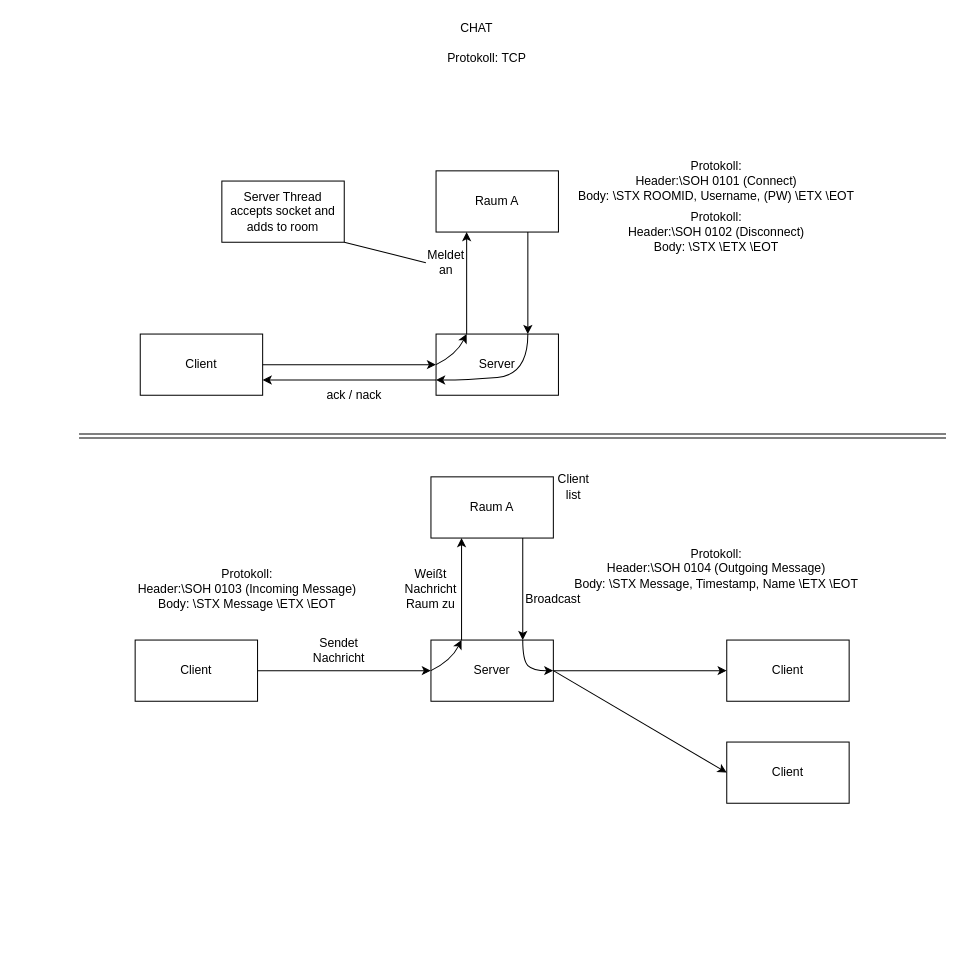
LittleBeasts/documentation keeps this draw.io diagram as network/ServerArchitecture.drawio. Above is the earlier version. Source tidied: cells renumbered, new cells numbered last; positions are measured from the earlier drawing's top-left corner, leaving out a move shared by most shapes. Both pictures are drawn from the tidied source at 102%, with x=0, y=0 at pixel (79, 17).
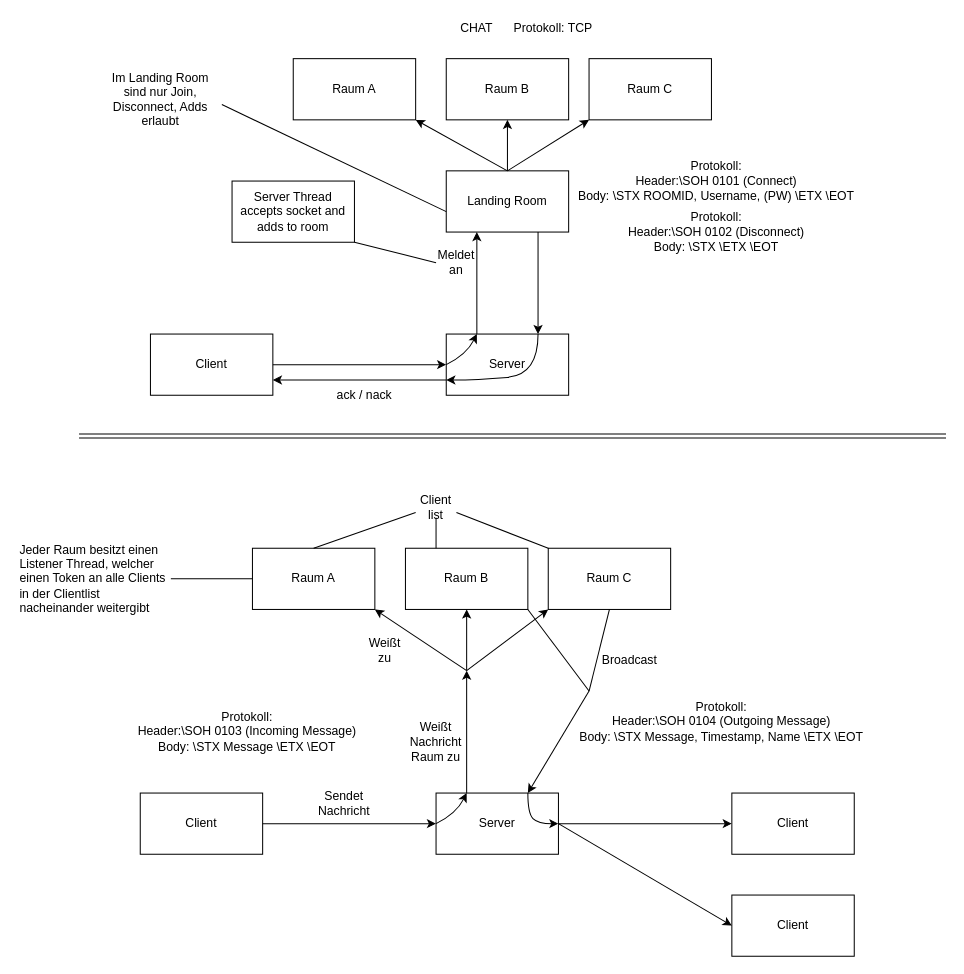
Above is the later version.

Change to the diagram source:
```diff
@@
     <mxCell id="2" value="Server" style="rounded=0;whiteSpace=wrap;html=1;" parent="1" vertex="1">
-      <mxGeometry x="350" y="310" width="120" height="60" as="geometry" />
+      <mxGeometry x="360" y="310" width="120" height="60" as="geometry" />
     </mxCell>
     <mxCell id="3" value="Client" style="rounded=0;whiteSpace=wrap;html=1;" parent="1" vertex="1">
-      <mxGeometry x="60" y="310" width="120" height="60" as="geometry" />
+      <mxGeometry x="70" y="310" width="120" height="60" as="geometry" />
     </mxCell>
-    <mxCell id="4" value="Raum A" style="rounded=0;whiteSpace=wrap;html=1;" parent="1" vertex="1">
-      <mxGeometry x="350" y="150" width="120" height="60" as="geometry" />
+    <mxCell id="4" value="Landing Room" style="rounded=0;whiteSpace=wrap;html=1;" parent="1" vertex="1">
+      <mxGeometry x="360" y="150" width="120" height="60" as="geometry" />
     </mxCell>
@@
     <mxCell id="7" style="curved=1;endArrow=classic;html=1;exitX=0;exitY=0.5;exitDx=0;exitDy=0;entryX=0.25;entryY=0;entryDx=0;entryDy=0;" parent="1" edge="1" source="2" target="2">
       <mxGeometry relative="1" as="geometry">
         <Array as="points">
-          <mxPoint x="370" y="330" />
+          <mxPoint x="380" y="330" />
         </Array>
       </mxGeometry>
     </mxCell>
     <mxCell id="8" value="Meldet an" style="text;html=1;strokeColor=none;fillColor=none;align=center;verticalAlign=middle;whiteSpace=wrap;rounded=0;" parent="1" vertex="1">
-      <mxGeometry x="340" y="230" width="40" height="20" as="geometry" />
+      <mxGeometry x="350" y="230" width="40" height="20" as="geometry" />
     </mxCell>
     <mxCell id="9" value="Server" style="rounded=0;whiteSpace=wrap;html=1;" parent="1" vertex="1">
-      <mxGeometry x="345" y="610" width="120" height="60" as="geometry" />
+      <mxGeometry x="350" y="760" width="120" height="60" as="geometry" />
     </mxCell>
     <mxCell id="10" value="Client" style="rounded=0;whiteSpace=wrap;html=1;" parent="1" vertex="1">
-      <mxGeometry x="55" y="610" width="120" height="60" as="geometry" />
+      <mxGeometry x="60" y="760" width="120" height="60" as="geometry" />
     </mxCell>
     <mxCell id="11" value="Client" style="rounded=0;whiteSpace=wrap;html=1;" parent="1" vertex="1">
-      <mxGeometry x="635" y="610" width="120" height="60" as="geometry" />
+      <mxGeometry x="640" y="760" width="120" height="60" as="geometry" />
     </mxCell>
-    <mxCell id="12" value="Raum A" style="rounded=0;whiteSpace=wrap;html=1;" parent="1" vertex="1">
-      <mxGeometry x="345" y="450" width="120" height="60" as="geometry" />
-    </mxCell>
@@
-    <mxCell id="15" style="endArrow=classic;html=1;entryX=0.25;entryY=1;entryDx=0;entryDy=0;exitX=0.25;exitY=0;exitDx=0;exitDy=0;" parent="1" edge="1" source="9" target="12">
-      <mxGeometry relative="1" as="geometry" />
+    <mxCell id="15" style="endArrow=classic;html=1;exitX=0.25;exitY=0;exitDx=0;exitDy=0;" parent="1" edge="1" source="9">
+      <mxGeometry relative="1" as="geometry">
+        <mxPoint x="380" y="640" as="targetPoint" />
+      </mxGeometry>
     </mxCell>
-    <mxCell id="16" style="endArrow=classic;html=1;exitX=0.75;exitY=1;exitDx=0;exitDy=0;entryX=0.75;entryY=0;entryDx=0;entryDy=0;" parent="1" edge="1" source="12" target="9">
-      <mxGeometry relative="1" as="geometry" />
+    <mxCell id="16" style="endArrow=classic;html=1;entryX=0.75;entryY=0;entryDx=0;entryDy=0;" parent="1" edge="1" target="9">
+      <mxGeometry relative="1" as="geometry">
+        <mxPoint x="500" y="660" as="sourcePoint" />
+      </mxGeometry>
     </mxCell>
     <mxCell id="17" style="curved=1;endArrow=classic;html=1;exitX=0;exitY=0.5;exitDx=0;exitDy=0;entryX=0.25;entryY=0;entryDx=0;entryDy=0;" parent="1" edge="1" source="9" target="9">
       <mxGeometry relative="1" as="geometry">
         <Array as="points">
-          <mxPoint x="365" y="630" />
+          <mxPoint x="370" y="780" />
         </Array>
       </mxGeometry>
     </mxCell>
     <mxCell id="18" style="curved=1;endArrow=classic;html=1;exitX=0.75;exitY=0;exitDx=0;exitDy=0;entryX=1;entryY=0.5;entryDx=0;entryDy=0;" parent="1" edge="1" source="9" target="9">
       <mxGeometry relative="1" as="geometry">
         <Array as="points">
-          <mxPoint x="435" y="630" />
-          <mxPoint x="445" y="640" />
+          <mxPoint x="440" y="780" />
+          <mxPoint x="450" y="790" />
         </Array>
       </mxGeometry>
     </mxCell>
     <mxCell id="19" value="Sendet Nachricht" style="text;html=1;strokeColor=none;fillColor=none;align=center;verticalAlign=middle;whiteSpace=wrap;rounded=0;" parent="1" vertex="1">
-      <mxGeometry x="235" y="610" width="40" height="20" as="geometry" />
+      <mxGeometry x="240" y="760" width="40" height="20" as="geometry" />
     </mxCell>
     <mxCell id="20" value="Weißt Nachricht Raum zu" style="text;html=1;strokeColor=none;fillColor=none;align=center;verticalAlign=middle;whiteSpace=wrap;rounded=0;" parent="1" vertex="1">
-      <mxGeometry x="325" y="550" width="40" height="20" as="geometry" />
+      <mxGeometry x="330" y="700" width="40" height="20" as="geometry" />
     </mxCell>
     <mxCell id="21" value="Broadcast" style="text;html=1;strokeColor=none;fillColor=none;align=center;verticalAlign=middle;whiteSpace=wrap;rounded=0;" parent="1" vertex="1">
-      <mxGeometry x="445" y="560" width="40" height="20" as="geometry" />
+      <mxGeometry x="520" y="620" width="40" height="20" as="geometry" />
     </mxCell>
@@
     <mxCell id="23" value="Client" style="rounded=0;whiteSpace=wrap;html=1;" parent="1" vertex="1">
-      <mxGeometry x="635" y="710" width="120" height="60" as="geometry" />
+      <mxGeometry x="640" y="860" width="120" height="60" as="geometry" />
     </mxCell>
@@
     <mxCell id="25" value="Client list" style="text;html=1;strokeColor=none;fillColor=none;align=center;verticalAlign=middle;whiteSpace=wrap;rounded=0;" parent="1" vertex="1">
-      <mxGeometry x="465" y="450" width="40" height="20" as="geometry" />
+      <mxGeometry x="330" y="470" width="40" height="20" as="geometry" />
     </mxCell>
@@
     <mxCell id="28" style="curved=1;endArrow=classic;html=1;exitX=0.75;exitY=0;exitDx=0;exitDy=0;entryX=0;entryY=0.75;entryDx=0;entryDy=0;" parent="1" edge="1" source="2" target="2">
       <mxGeometry relative="1" as="geometry">
         <Array as="points">
-          <mxPoint x="440" y="350" />
-          <mxPoint x="380" y="355" />
+          <mxPoint x="450" y="350" />
+          <mxPoint x="390" y="355" />
         </Array>
       </mxGeometry>
     </mxCell>
     <mxCell id="29" value="ack / nack" style="text;html=1;strokeColor=none;fillColor=none;align=center;verticalAlign=middle;whiteSpace=wrap;rounded=0;" parent="1" vertex="1">
-      <mxGeometry x="240" y="360" width="60" height="20" as="geometry" />
+      <mxGeometry x="250" y="360" width="60" height="20" as="geometry" />
     </mxCell>
     <mxCell id="30" value="Server Thread accepts socket and adds to room" style="rounded=0;whiteSpace=wrap;html=1;" parent="1" vertex="1">
-      <mxGeometry x="140" y="160" width="120" height="60" as="geometry" />
+      <mxGeometry x="150" y="160" width="120" height="60" as="geometry" />
     </mxCell>
@@
     <mxCell id="32" value="Protokoll: TCP" style="text;html=1;strokeColor=none;fillColor=none;align=center;verticalAlign=middle;whiteSpace=wrap;rounded=0;" parent="1" vertex="1">
-      <mxGeometry x="360" y="30" width="80" height="20" as="geometry" />
+      <mxGeometry x="425" width="80" height="20" as="geometry" />
     </mxCell>
@@
     <mxCell id="35" value="Protokoll:&lt;br&gt;Header:\SOH 0103 (Incoming Message)&lt;br&gt;Body: \STX Message \ETX \EOT" style="text;html=1;strokeColor=none;fillColor=none;align=center;verticalAlign=middle;whiteSpace=wrap;rounded=0;" parent="1" vertex="1">
-      <mxGeometry x="20" y="550" width="290" height="20" as="geometry" />
+      <mxGeometry x="20" y="690" width="290" height="20" as="geometry" />
     </mxCell>
     <mxCell id="36" value="Protokoll:&lt;br&gt;Header:\SOH 0104 (Outgoing Message)&lt;br&gt;Body: \STX Message, Timestamp, Name \ETX \EOT" style="text;html=1;strokeColor=none;fillColor=none;align=center;verticalAlign=middle;whiteSpace=wrap;rounded=0;" parent="1" vertex="1">
-      <mxGeometry x="480" y="530" width="290" height="20" as="geometry" />
+      <mxGeometry x="485" y="680" width="290" height="20" as="geometry" />
     </mxCell>
@@
+    <mxCell id="38" value="Raum A" style="rounded=0;whiteSpace=wrap;html=1;" parent="1" vertex="1">
+      <mxGeometry x="170" y="520" width="120" height="60" as="geometry" />
+    </mxCell>
+    <mxCell id="39" value="Raum B" style="rounded=0;whiteSpace=wrap;html=1;" parent="1" vertex="1">
+      <mxGeometry x="320" y="520" width="120" height="60" as="geometry" />
+    </mxCell>
+    <mxCell id="40" value="Raum C" style="rounded=0;whiteSpace=wrap;html=1;" parent="1" vertex="1">
+      <mxGeometry x="460" y="520" width="120" height="60" as="geometry" />
+    </mxCell>
+    <mxCell id="41" style="endArrow=none;html=1;exitX=0;exitY=0.75;exitDx=0;exitDy=0;entryX=0.5;entryY=0;entryDx=0;entryDy=0;" parent="1" edge="1" source="25" target="38">
+      <mxGeometry relative="1" as="geometry" />
+    </mxCell>
+    <mxCell id="42" style="endArrow=none;html=1;exitX=0.5;exitY=1;exitDx=0;exitDy=0;exitPerimeter=0;entryX=0.25;entryY=0;entryDx=0;entryDy=0;" parent="1" edge="1" source="25" target="39">
+      <mxGeometry relative="1" as="geometry" />
+    </mxCell>
+    <mxCell id="43" style="endArrow=none;html=1;exitX=1;exitY=0.75;exitDx=0;exitDy=0;entryX=0;entryY=0;entryDx=0;entryDy=0;" parent="1" edge="1" source="25" target="40">
+      <mxGeometry relative="1" as="geometry" />
+    </mxCell>
+    <mxCell id="44" style="endArrow=classic;html=1;exitX=0.5;exitY=0;exitDx=0;exitDy=0;entryX=1;entryY=1;entryDx=0;entryDy=0;" parent="1" edge="1" target="38">
+      <mxGeometry relative="1" as="geometry">
+        <mxPoint x="380" y="640" as="sourcePoint" />
+      </mxGeometry>
+    </mxCell>
+    <mxCell id="45" style="endArrow=classic;html=1;exitX=0.5;exitY=0;exitDx=0;exitDy=0;entryX=0.5;entryY=1;entryDx=0;entryDy=0;" parent="1" edge="1" target="39">
+      <mxGeometry relative="1" as="geometry">
+        <mxPoint x="380" y="640" as="sourcePoint" />
+      </mxGeometry>
+    </mxCell>
+    <mxCell id="46" style="endArrow=classic;html=1;exitX=0.5;exitY=0;exitDx=0;exitDy=0;entryX=0;entryY=1;entryDx=0;entryDy=0;" parent="1" edge="1" target="40">
+      <mxGeometry relative="1" as="geometry">
+        <mxPoint x="380" y="640" as="sourcePoint" />
+      </mxGeometry>
+    </mxCell>
+    <mxCell id="47" value="Weißt zu" style="text;html=1;strokeColor=none;fillColor=none;align=center;verticalAlign=middle;whiteSpace=wrap;rounded=0;" parent="1" vertex="1">
+      <mxGeometry x="280" y="610" width="40" height="20" as="geometry" />
+    </mxCell>
+    <mxCell id="48" style="endArrow=none;html=1;exitX=0.5;exitY=1;exitDx=0;exitDy=0;" parent="1" edge="1" source="40">
+      <mxGeometry relative="1" as="geometry">
+        <mxPoint x="500" y="660" as="targetPoint" />
+      </mxGeometry>
+    </mxCell>
+    <mxCell id="49" style="endArrow=none;html=1;exitX=1;exitY=1;exitDx=0;exitDy=0;" parent="1" edge="1" source="39">
+      <mxGeometry relative="1" as="geometry">
+        <mxPoint x="500" y="660" as="targetPoint" />
+      </mxGeometry>
+    </mxCell>
+    <mxCell id="50" value="Raum A" style="rounded=0;whiteSpace=wrap;html=1;" parent="1" vertex="1">
+      <mxGeometry x="210" y="40" width="120" height="60" as="geometry" />
+    </mxCell>
+    <mxCell id="51" value="Raum B" style="rounded=0;whiteSpace=wrap;html=1;" parent="1" vertex="1">
+      <mxGeometry x="360" y="40" width="120" height="60" as="geometry" />
+    </mxCell>
+    <mxCell id="52" value="Raum C" style="rounded=0;whiteSpace=wrap;html=1;" parent="1" vertex="1">
+      <mxGeometry x="500" y="40" width="120" height="60" as="geometry" />
+    </mxCell>
+    <mxCell id="53" style="endArrow=classic;html=1;exitX=0.5;exitY=0;exitDx=0;exitDy=0;entryX=1;entryY=1;entryDx=0;entryDy=0;" parent="1" edge="1" source="4" target="50">
+      <mxGeometry relative="1" as="geometry" />
+    </mxCell>
+    <mxCell id="54" style="endArrow=classic;html=1;exitX=0.5;exitY=0;exitDx=0;exitDy=0;entryX=0.5;entryY=1;entryDx=0;entryDy=0;" parent="1" edge="1" source="4" target="51">
+      <mxGeometry relative="1" as="geometry" />
+    </mxCell>
+    <mxCell id="55" style="endArrow=classic;html=1;entryX=0;entryY=1;entryDx=0;entryDy=0;" parent="1" edge="1" target="52">
+      <mxGeometry relative="1" as="geometry">
+        <mxPoint x="420" y="150" as="sourcePoint" />
+      </mxGeometry>
+    </mxCell>
+    <mxCell id="56" value="Im Landing Room sind nur Join, Disconnect, Adds erlaubt" style="text;html=1;strokeColor=none;fillColor=none;align=center;verticalAlign=middle;whiteSpace=wrap;rounded=0;" parent="1" vertex="1">
+      <mxGeometry x="20" y="70" width="120" height="20" as="geometry" />
+    </mxCell>
+    <mxCell id="57" style="endArrow=none;html=1;exitX=1;exitY=0.75;exitDx=0;exitDy=0;entryX=0;entryY=0.5;entryDx=0;entryDy=0;" parent="1" edge="1" source="56">
+      <mxGeometry relative="1" as="geometry">
+        <mxPoint x="360" y="190" as="targetPoint" />
+      </mxGeometry>
+    </mxCell>
+    <mxCell id="58" value="&lt;div align=&quot;left&quot;&gt;Jeder Raum besitzt einen Listener Thread, welcher einen Token an alle Clients in der Clientlist nacheinander weitergibt&lt;/div&gt;" style="text;html=1;strokeColor=none;fillColor=none;align=left;verticalAlign=middle;whiteSpace=wrap;rounded=0;" parent="1" vertex="1">
+      <mxGeometry x="-60" y="540" width="150" height="20" as="geometry" />
+    </mxCell>
+    <mxCell id="59" style="endArrow=none;html=1;exitX=1;exitY=0.5;exitDx=0;exitDy=0;entryX=0;entryY=0.5;entryDx=0;entryDy=0;" parent="1" edge="1" source="58" target="38">
+      <mxGeometry relative="1" as="geometry" />
+    </mxCell>
```
